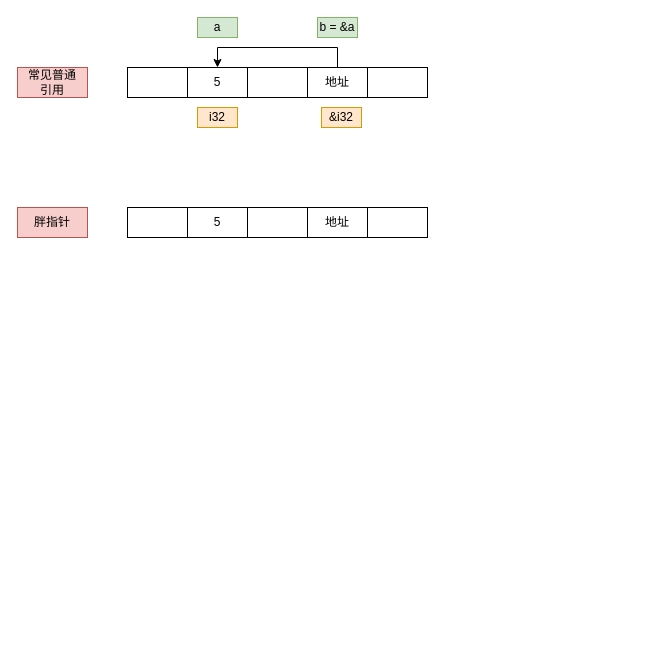
Earlier version of the draw.io diagram Rust/胖指针.drawio (1595901624/GitTest). Source tidied: cells renumbered, new cells numbered last; positions are measured from the earlier drawing's top-left corner, leaving out a move shared by most shapes. Both pictures are drawn from the tidied source at 100%, with x=0, y=0 at pixel (17, 17).
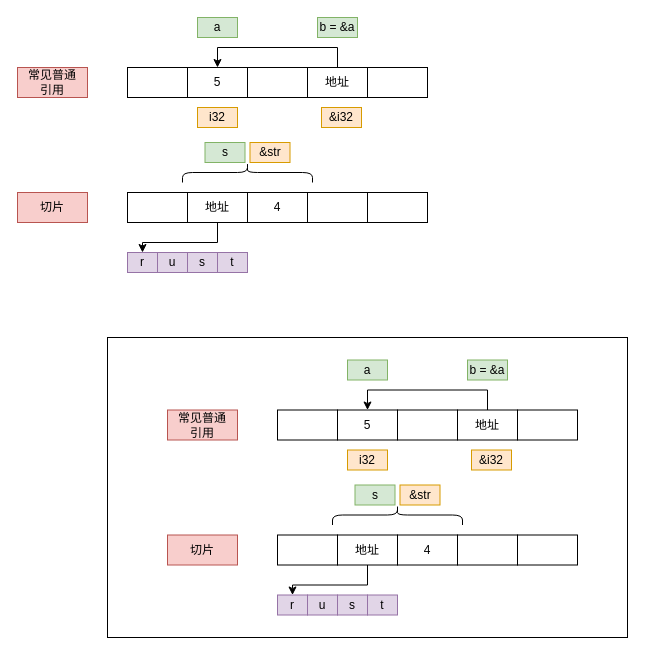
The same diagram, later.

Commit message (it also covers changes not shown here):
更新胖指针.drawio

Change to the diagram source:
```diff
@@
     <mxCell id="14" style="rounded=0;whiteSpace=wrap;html=1;" parent="1" vertex="1">
-      <mxGeometry x="110" y="190" width="60" height="30" as="geometry" />
+      <mxGeometry x="110" y="175" width="60" height="30" as="geometry" />
     </mxCell>
@@
+    <mxCell id="21" style="edgeStyle=orthogonalEdgeStyle;rounded=0;jettySize=auto;html=1;exitX=0.5;exitY=1;exitDx=0;exitDy=0;entryX=0.5;entryY=0;entryDx=0;entryDy=0;" parent="1" edge="1" source="16" target="22">
+      <mxGeometry relative="1" as="geometry">
+        <Array as="points">
+          <mxPoint x="200" y="225" />
+          <mxPoint x="125" y="225" />
+        </Array>
+      </mxGeometry>
+    </mxCell>
-    <mxCell id="16" value="5" style="rounded=0;whiteSpace=wrap;html=1;" parent="1" vertex="1">
-      <mxGeometry x="170" y="190" width="60" height="30" as="geometry" />
+    <mxCell id="16" value="地址" style="rounded=0;whiteSpace=wrap;html=1;" parent="1" vertex="1">
+      <mxGeometry x="170" y="175" width="60" height="30" as="geometry" />
     </mxCell>
-    <mxCell id="17" style="rounded=0;whiteSpace=wrap;html=1;" parent="1" vertex="1">
-      <mxGeometry x="230" y="190" width="60" height="30" as="geometry" />
+    <mxCell id="17" value="4" style="rounded=0;whiteSpace=wrap;html=1;" parent="1" vertex="1">
+      <mxGeometry x="230" y="175" width="60" height="30" as="geometry" />
     </mxCell>
-    <mxCell id="18" value="地址" style="rounded=0;whiteSpace=wrap;html=1;" parent="1" vertex="1">
-      <mxGeometry x="290" y="190" width="60" height="30" as="geometry" />
+    <mxCell id="18" style="rounded=0;whiteSpace=wrap;html=1;" parent="1" vertex="1">
+      <mxGeometry x="290" y="175" width="60" height="30" as="geometry" />
     </mxCell>
     <mxCell id="19" style="rounded=0;whiteSpace=wrap;html=1;" parent="1" vertex="1">
-      <mxGeometry x="350" y="190" width="60" height="30" as="geometry" />
+      <mxGeometry x="350" y="175" width="60" height="30" as="geometry" />
     </mxCell>
-    <mxCell id="20" value="胖指针" style="text;html=1;strokeColor=#b85450;fillColor=#f8cecc;align=center;verticalAlign=middle;whiteSpace=wrap;rounded=0;" parent="1" vertex="1">
-      <mxGeometry y="190" width="70" height="30" as="geometry" />
+    <mxCell id="20" value="切片" style="text;html=1;strokeColor=#b85450;fillColor=#f8cecc;align=center;verticalAlign=middle;whiteSpace=wrap;rounded=0;" parent="1" vertex="1">
+      <mxGeometry y="175" width="70" height="30" as="geometry" />
     </mxCell>
+    <mxCell id="22" value="r" style="rounded=0;whiteSpace=wrap;html=1;fillColor=#e1d5e7;strokeColor=#9673a6;" parent="1" vertex="1">
+      <mxGeometry x="110" y="235" width="30" height="20" as="geometry" />
+    </mxCell>
+    <mxCell id="23" value="u" style="rounded=0;whiteSpace=wrap;html=1;fillColor=#e1d5e7;strokeColor=#9673a6;" parent="1" vertex="1">
+      <mxGeometry x="140" y="235" width="30" height="20" as="geometry" />
+    </mxCell>
+    <mxCell id="24" value="s" style="rounded=0;whiteSpace=wrap;html=1;fillColor=#e1d5e7;strokeColor=#9673a6;" parent="1" vertex="1">
+      <mxGeometry x="170" y="235" width="30" height="20" as="geometry" />
+    </mxCell>
+    <mxCell id="25" value="t" style="rounded=0;whiteSpace=wrap;html=1;fillColor=#e1d5e7;strokeColor=#9673a6;" parent="1" vertex="1">
+      <mxGeometry x="200" y="235" width="30" height="20" as="geometry" />
+    </mxCell>
+    <mxCell id="26" style="shape=curlyBracket;whiteSpace=wrap;html=1;rounded=1;flipH=1;labelPosition=right;verticalLabelPosition=middle;align=left;verticalAlign=middle;rotation=-90;" parent="1" vertex="1">
+      <mxGeometry x="220" y="90" width="20" height="130" as="geometry" />
+    </mxCell>
+    <mxCell id="27" value="s" style="text;html=1;strokeColor=#82b366;fillColor=#d5e8d4;align=center;verticalAlign=middle;whiteSpace=wrap;rounded=0;" parent="1" vertex="1">
+      <mxGeometry x="187.5" y="125" width="40" height="20" as="geometry" />
+    </mxCell>
+    <mxCell id="28" value="&amp;amp;str" style="text;html=1;strokeColor=#d79b00;fillColor=#ffe6cc;align=center;verticalAlign=middle;whiteSpace=wrap;rounded=0;" parent="1" vertex="1">
+      <mxGeometry x="232.5" y="125" width="40" height="20" as="geometry" />
+    </mxCell>
+    <mxCell id="29" style="rounded=0;whiteSpace=wrap;html=1;" parent="1" vertex="1">
+      <mxGeometry x="90" y="320" width="520" height="300" as="geometry" />
+    </mxCell>
+    <mxCell id="30" style="rounded=0;whiteSpace=wrap;html=1;" parent="1" vertex="1">
+      <mxGeometry x="260" y="392.5" width="60" height="30" as="geometry" />
+    </mxCell>
+    <mxCell id="31" style="edgeStyle=orthogonalEdgeStyle;rounded=0;orthogonalLoop=1;jettySize=auto;html=1;exitX=0.5;exitY=1;exitDx=0;exitDy=0;" parent="1" edge="1" source="30" target="30">
+      <mxGeometry relative="1" as="geometry" />
+    </mxCell>
+    <mxCell id="32" value="5" style="rounded=0;whiteSpace=wrap;html=1;" parent="1" vertex="1">
+      <mxGeometry x="320" y="392.5" width="60" height="30" as="geometry" />
+    </mxCell>
+    <mxCell id="33" style="rounded=0;whiteSpace=wrap;html=1;" parent="1" vertex="1">
+      <mxGeometry x="380" y="392.5" width="60" height="30" as="geometry" />
+    </mxCell>
+    <mxCell id="34" style="edgeStyle=orthogonalEdgeStyle;rounded=0;jettySize=auto;html=1;exitX=0.5;exitY=0;exitDx=0;exitDy=0;entryX=0.5;entryY=0;entryDx=0;entryDy=0;" parent="1" edge="1" source="35" target="32">
+      <mxGeometry relative="1" as="geometry" />
+    </mxCell>
+    <mxCell id="35" value="地址" style="rounded=0;whiteSpace=wrap;html=1;" parent="1" vertex="1">
+      <mxGeometry x="440" y="392.5" width="60" height="30" as="geometry" />
+    </mxCell>
+    <mxCell id="36" style="rounded=0;whiteSpace=wrap;html=1;" parent="1" vertex="1">
+      <mxGeometry x="500" y="392.5" width="60" height="30" as="geometry" />
+    </mxCell>
+    <mxCell id="37" value="i32" style="text;html=1;strokeColor=#d79b00;fillColor=#ffe6cc;align=center;verticalAlign=middle;whiteSpace=wrap;rounded=0;" parent="1" vertex="1">
+      <mxGeometry x="330" y="432.5" width="40" height="20" as="geometry" />
+    </mxCell>
+    <mxCell id="38" value="a" style="text;html=1;strokeColor=#82b366;fillColor=#d5e8d4;align=center;verticalAlign=middle;whiteSpace=wrap;rounded=0;" parent="1" vertex="1">
+      <mxGeometry x="330" y="342.5" width="40" height="20" as="geometry" />
+    </mxCell>
+    <mxCell id="39" value="b = &amp;amp;a" style="text;html=1;strokeColor=#82b366;fillColor=#d5e8d4;align=center;verticalAlign=middle;whiteSpace=wrap;rounded=0;" parent="1" vertex="1">
+      <mxGeometry x="450" y="342.5" width="40" height="20" as="geometry" />
+    </mxCell>
+    <mxCell id="40" value="&amp;amp;i32" style="text;html=1;strokeColor=#d79b00;fillColor=#ffe6cc;align=center;verticalAlign=middle;whiteSpace=wrap;rounded=0;" parent="1" vertex="1">
+      <mxGeometry x="454" y="432.5" width="40" height="20" as="geometry" />
+    </mxCell>
+    <mxCell id="41" value="常见普通&lt;br&gt;引用" style="text;html=1;strokeColor=#b85450;fillColor=#f8cecc;align=center;verticalAlign=middle;whiteSpace=wrap;rounded=0;" parent="1" vertex="1">
+      <mxGeometry x="150" y="392.5" width="70" height="30" as="geometry" />
+    </mxCell>
+    <mxCell id="42" style="rounded=0;whiteSpace=wrap;html=1;" parent="1" vertex="1">
+      <mxGeometry x="260" y="517.5" width="60" height="30" as="geometry" />
+    </mxCell>
+    <mxCell id="43" style="edgeStyle=orthogonalEdgeStyle;rounded=0;orthogonalLoop=1;jettySize=auto;html=1;exitX=0.5;exitY=1;exitDx=0;exitDy=0;" parent="1" edge="1" source="42" target="42">
+      <mxGeometry relative="1" as="geometry" />
+    </mxCell>
+    <mxCell id="44" style="edgeStyle=orthogonalEdgeStyle;rounded=0;jettySize=auto;html=1;exitX=0.5;exitY=1;exitDx=0;exitDy=0;entryX=0.5;entryY=0;entryDx=0;entryDy=0;" parent="1" edge="1" source="45" target="50">
+      <mxGeometry relative="1" as="geometry">
+        <Array as="points">
+          <mxPoint x="350" y="567.5" />
+          <mxPoint x="275" y="567.5" />
+        </Array>
+      </mxGeometry>
+    </mxCell>
+    <mxCell id="45" value="地址" style="rounded=0;whiteSpace=wrap;html=1;" parent="1" vertex="1">
+      <mxGeometry x="320" y="517.5" width="60" height="30" as="geometry" />
+    </mxCell>
+    <mxCell id="46" value="4" style="rounded=0;whiteSpace=wrap;html=1;" parent="1" vertex="1">
+      <mxGeometry x="380" y="517.5" width="60" height="30" as="geometry" />
+    </mxCell>
+    <mxCell id="47" style="rounded=0;whiteSpace=wrap;html=1;" parent="1" vertex="1">
+      <mxGeometry x="440" y="517.5" width="60" height="30" as="geometry" />
+    </mxCell>
+    <mxCell id="48" style="rounded=0;whiteSpace=wrap;html=1;" parent="1" vertex="1">
+      <mxGeometry x="500" y="517.5" width="60" height="30" as="geometry" />
+    </mxCell>
+    <mxCell id="49" value="切片" style="text;html=1;strokeColor=#b85450;fillColor=#f8cecc;align=center;verticalAlign=middle;whiteSpace=wrap;rounded=0;" parent="1" vertex="1">
+      <mxGeometry x="150" y="517.5" width="70" height="30" as="geometry" />
+    </mxCell>
+    <mxCell id="50" value="r" style="rounded=0;whiteSpace=wrap;html=1;fillColor=#e1d5e7;strokeColor=#9673a6;" parent="1" vertex="1">
+      <mxGeometry x="260" y="577.5" width="30" height="20" as="geometry" />
+    </mxCell>
+    <mxCell id="51" value="u" style="rounded=0;whiteSpace=wrap;html=1;fillColor=#e1d5e7;strokeColor=#9673a6;" parent="1" vertex="1">
+      <mxGeometry x="290" y="577.5" width="30" height="20" as="geometry" />
+    </mxCell>
+    <mxCell id="52" value="s" style="rounded=0;whiteSpace=wrap;html=1;fillColor=#e1d5e7;strokeColor=#9673a6;" parent="1" vertex="1">
+      <mxGeometry x="320" y="577.5" width="30" height="20" as="geometry" />
+    </mxCell>
+    <mxCell id="53" value="t" style="rounded=0;whiteSpace=wrap;html=1;fillColor=#e1d5e7;strokeColor=#9673a6;" parent="1" vertex="1">
+      <mxGeometry x="350" y="577.5" width="30" height="20" as="geometry" />
+    </mxCell>
+    <mxCell id="54" style="shape=curlyBracket;whiteSpace=wrap;html=1;rounded=1;flipH=1;labelPosition=right;verticalLabelPosition=middle;align=left;verticalAlign=middle;rotation=-90;" parent="1" vertex="1">
+      <mxGeometry x="370" y="432.5" width="20" height="130" as="geometry" />
+    </mxCell>
+    <mxCell id="55" value="s" style="text;html=1;strokeColor=#82b366;fillColor=#d5e8d4;align=center;verticalAlign=middle;whiteSpace=wrap;rounded=0;" parent="1" vertex="1">
+      <mxGeometry x="337.5" y="467.5" width="40" height="20" as="geometry" />
+    </mxCell>
+    <mxCell id="56" value="&amp;amp;str" style="text;html=1;strokeColor=#d79b00;fillColor=#ffe6cc;align=center;verticalAlign=middle;whiteSpace=wrap;rounded=0;" parent="1" vertex="1">
+      <mxGeometry x="382.5" y="467.5" width="40" height="20" as="geometry" />
+    </mxCell>
```
